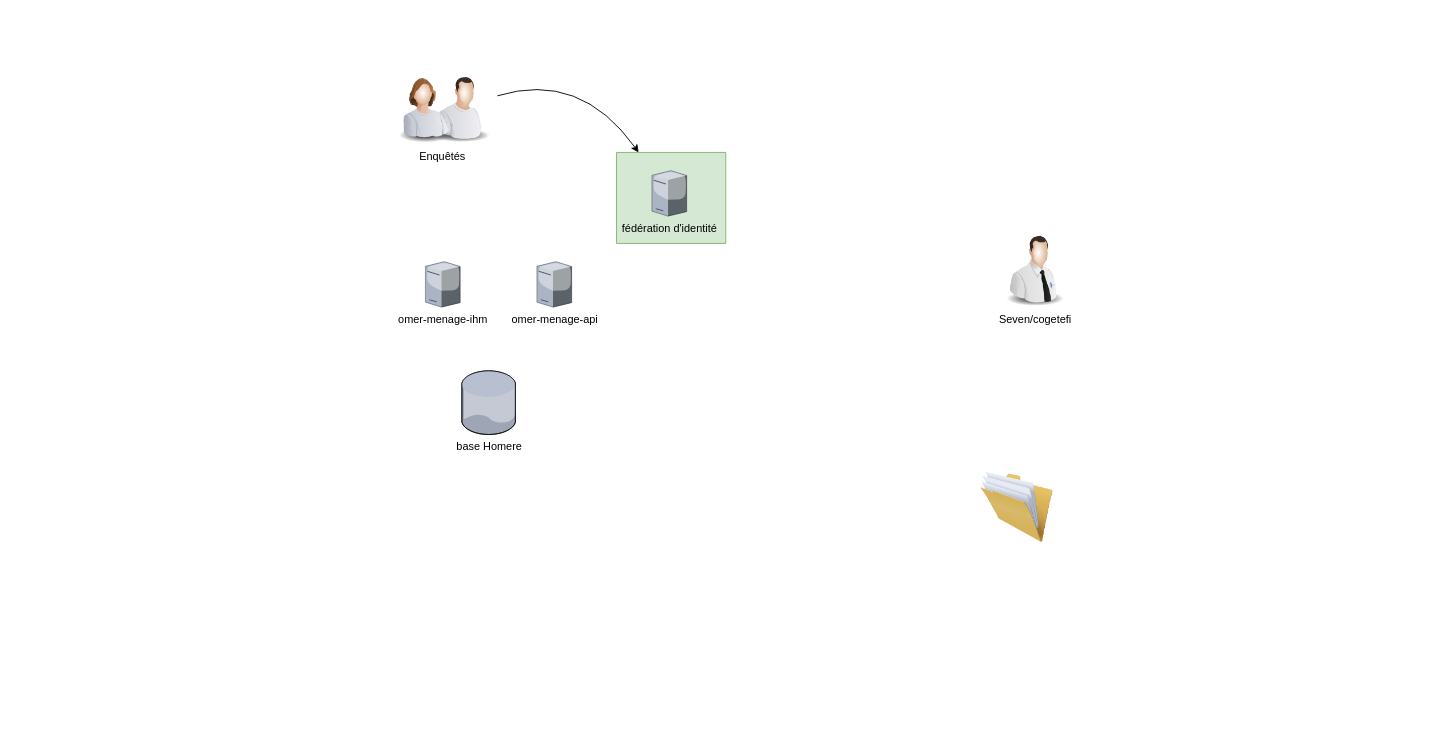
Earlier version of the draw.io diagram Diagramme sans nom.drawio (renaud23/drawio). Source tidied: cells renumbered, new cells numbered last; positions are measured from the earlier drawing's top-left corner, leaving out a move shared by most shapes. Both pictures are drawn from the tidied source at 91%, with x=0, y=0 at pixel (388, 70).
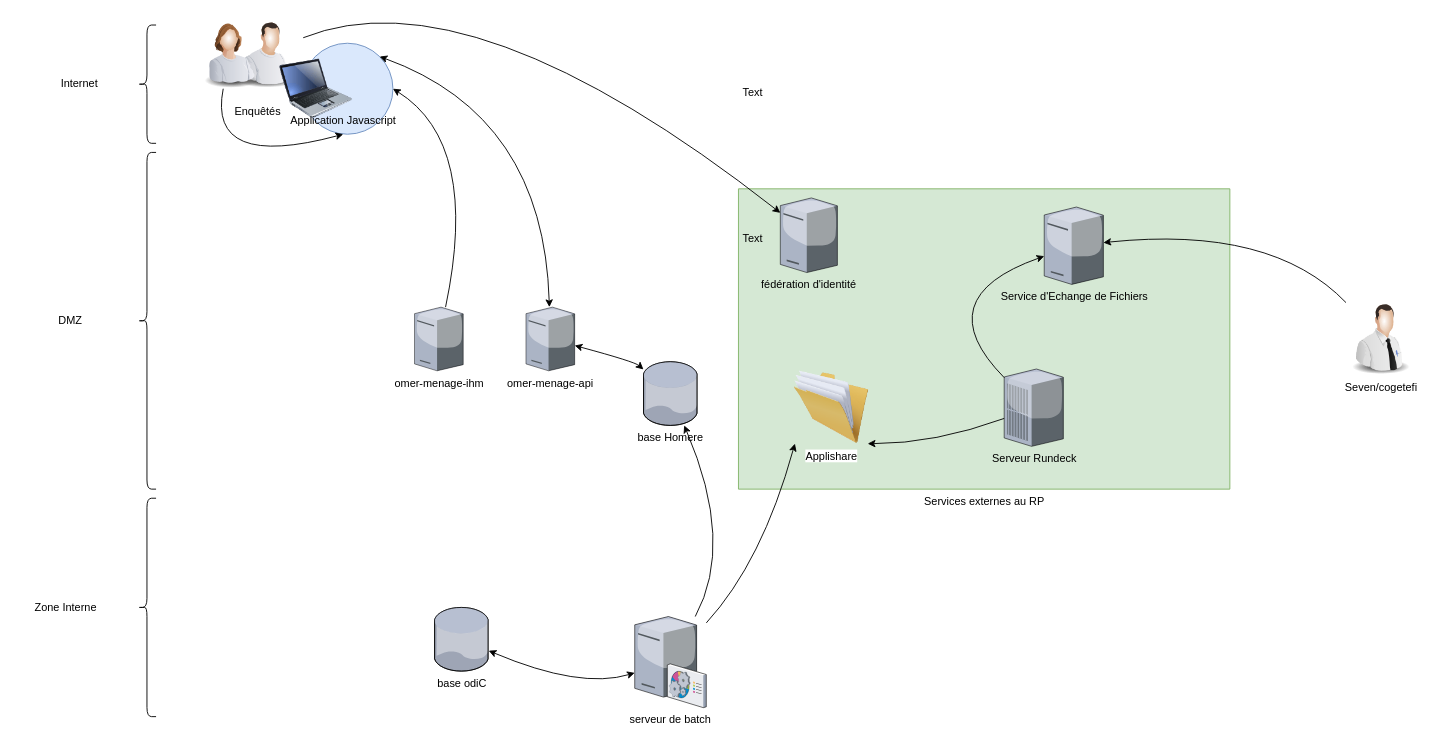
The same diagram, later.

Commit message (it also covers changes not shown here):
Mettre à jour Diagramme sans nom.drawio

Unchanged cells that the change refers to:
```xml
<mxCell id="12" style="image;html=1;image=img/lib/clip_art/people/Worker_Man_128x128.png;" parent="11" vertex="1">
  <mxGeometry x="40" width="80" height="80" as="geometry" />
</mxCell>
<mxCell id="13" style="image;html=1;image=img/lib/clip_art/people/Worker_Woman_128x128.png;" parent="11" vertex="1">
  <mxGeometry width="80" height="80" as="geometry" />
</mxCell>
```

The edit, as a diff of the source:
```diff
@@
     <mxCell id="2" value="base Homere" style="verticalLabelPosition=bottom;sketch=0;html=1;verticalAlign=top;strokeColor=none;align=center;outlineConnect=0;shape=mxgraph.citrix.database;" parent="1" vertex="1">
-      <mxGeometry x="81" y="330" width="59.5" height="70" as="geometry" />
+      <mxGeometry x="280.6" y="320" width="59.5" height="70" as="geometry" />
     </mxCell>
-    <mxCell id="3" value="omer-menage-api" style="verticalLabelPosition=bottom;sketch=0;html=1;verticalAlign=top;strokeColor=none;align=center;outlineConnect=0;shape=mxgraph.citrix.tower_server;" parent="1" vertex="1">
-      <mxGeometry x="163.5" y="210" width="38.2" height="50" as="geometry" />
-    </mxCell>
-    <mxCell id="4" value="omer-menage-ihm" style="verticalLabelPosition=bottom;sketch=0;html=1;verticalAlign=top;strokeColor=none;align=center;outlineConnect=0;shape=mxgraph.citrix.tower_server;" parent="1" vertex="1">
-      <mxGeometry x="41" y="210" width="38.2" height="50" as="geometry" />
-    </mxCell>
     <mxCell id="5" style="group;" parent="1" vertex="1">
-      <mxGeometry x="251" y="90" width="120" height="100" as="geometry" />
+      <mxGeometry x="371" y="130" width="540" height="330" as="geometry" />
     </mxCell>
-    <mxCell id="6" style="verticalLabelPosition=bottom;verticalAlign=top;html=1;shape=mxgraph.basic.rect;fillColor2=none;strokeWidth=1;size=20;indent=5;fillColor=#d5e8d4;strokeColor=#82b366;" parent="5" vertex="1">
-      <mxGeometry width="120" height="100" as="geometry" />
+    <mxCell id="6" value="Services externes au RP" style="verticalLabelPosition=bottom;verticalAlign=top;html=1;shape=mxgraph.basic.rect;fillColor2=none;strokeWidth=1;size=20;indent=5;fillColor=#d5e8d4;strokeColor=#82b366;" parent="5" vertex="1">
+      <mxGeometry x="14" width="540" height="330" as="geometry" />
     </mxCell>
     <mxCell id="7" value="fédération d'identité" style="verticalLabelPosition=bottom;sketch=0;html=1;verticalAlign=top;align=center;outlineConnect=0;shape=mxgraph.citrix.tower_server;fillColor=#fff2cc;strokeColor=#d6b656;" parent="5" vertex="1">
-      <mxGeometry x="38.9" y="20" width="38.2" height="50" as="geometry" />
+      <mxGeometry x="60" y="10" width="62.7" height="82" as="geometry" />
     </mxCell>
+    <mxCell id="16" value="Service d'Echange de Fichiers" style="verticalLabelPosition=bottom;sketch=0;html=1;verticalAlign=top;strokeColor=none;align=center;outlineConnect=0;shape=mxgraph.citrix.license_server;" parent="5" vertex="1">
+      <mxGeometry x="350" y="20" width="65" height="85" as="geometry" />
+    </mxCell>
-    <mxCell id="8" style="image;html=1;image=img/lib/clip_art/general/Full_Folder_128x128.png;" parent="1" vertex="1">
-      <mxGeometry x="651" y="440" width="80" height="80" as="geometry" />
+    <mxCell id="8" value="Applishare" style="image;html=1;image=img/lib/clip_art/general/Full_Folder_128x128.png;" parent="5" vertex="1">
+      <mxGeometry x="36" y="200" width="160" height="80" as="geometry" />
     </mxCell>
+    <mxCell id="17" value="Serveur Rundeck" style="verticalLabelPosition=bottom;sketch=0;html=1;verticalAlign=top;strokeColor=none;align=center;outlineConnect=0;shape=mxgraph.citrix.pbx_server;" parent="5" vertex="1">
+      <mxGeometry x="306" y="198" width="65" height="85" as="geometry" />
+    </mxCell>
+    <mxCell id="18" style="curved=1;endArrow=classic;html=1;rounded=0;" parent="5" edge="1" source="17" target="16">
+      <mxGeometry relative="1" as="geometry">
+        <Array as="points">
+          <mxPoint x="220" y="120" />
+        </Array>
+      </mxGeometry>
+    </mxCell>
+    <mxCell id="19" style="curved=1;endArrow=classic;html=1;rounded=0;entryX=0.75;entryY=1;entryDx=0;entryDy=0;" parent="5" edge="1" source="17" target="8">
+      <mxGeometry relative="1" as="geometry">
+        <Array as="points">
+          <mxPoint x="230" y="280" />
+        </Array>
+      </mxGeometry>
+    </mxCell>
     <mxCell id="9" value="Seven/cogetefi" style="image;html=1;image=img/lib/clip_art/people/Tech_Man_128x128.png;" parent="1" vertex="1">
-      <mxGeometry x="671" y="180" width="80" height="80" as="geometry" />
+      <mxGeometry x="1051" y="255" width="80" height="80" as="geometry" />
     </mxCell>
     <mxCell id="10" style="group;" parent="1" vertex="1">
-      <mxGeometry x="0.1" width="120" height="110" as="geometry" />
+      <mxGeometry x="-159" y="-30" width="170.9" height="190" as="geometry" />
     </mxCell>
+    <mxCell id="20" style="group;" parent="10" vertex="1">
+      <mxGeometry x="-54.3" y="-30" width="199.8" height="220" as="geometry" />
+    </mxCell>
-    <mxCell id="11" style="group;" parent="10" vertex="1">
-      <mxGeometry width="120" height="80" as="geometry" />
+    <mxCell id="11" style="group;" parent="20" vertex="1">
+      <mxGeometry width="160" height="120" as="geometry" />
     </mxCell>
@@
-    <mxCell id="14" value="Enquêtés" style="text;html=1;align=center;verticalAlign=middle;whiteSpace=wrap;rounded=0;" parent="10" vertex="1">
-      <mxGeometry x="30" y="80" width="60" height="30" as="geometry" />
+    <mxCell id="14" value="Enquêtés" style="text;html=1;align=center;verticalAlign=middle;whiteSpace=wrap;rounded=0;" parent="11" vertex="1">
+      <mxGeometry x="40" y="90" width="60" height="30" as="geometry" />
     </mxCell>
+    <mxCell id="21" style="group;" parent="20" vertex="1">
+      <mxGeometry x="94.3" y="30" width="129.8" height="100" as="geometry" />
+    </mxCell>
+    <mxCell id="22" style="ellipse;whiteSpace=wrap;html=1;fillColor=#dae8fc;strokeColor=#6c8ebf;" parent="21" vertex="1">
+      <mxGeometry x="24.3" width="100" height="100" as="geometry" />
+    </mxCell>
+    <mxCell id="23" style="image;html=1;image=img/lib/clip_art/computers/Laptop_128x128.png;" parent="21" vertex="1">
+      <mxGeometry y="10" width="80" height="80" as="geometry" />
+    </mxCell>
+    <mxCell id="24" value="Application Javascript" style="text;html=1;align=center;verticalAlign=middle;whiteSpace=wrap;rounded=0;" parent="21" vertex="1">
+      <mxGeometry x="9.7" y="70" width="120" height="30" as="geometry" />
+    </mxCell>
+    <mxCell id="25" style="curved=1;endArrow=classic;html=1;rounded=0;entryX=0.5;entryY=1;entryDx=0;entryDy=0;" parent="20" edge="1" source="13" target="24">
+      <mxGeometry relative="1" as="geometry">
+        <Array as="points">
+          <mxPoint x="14.3" y="170" />
+        </Array>
+      </mxGeometry>
+    </mxCell>
-    <mxCell id="15" style="curved=1;endArrow=classic;html=1;rounded=0;" parent="1" edge="1" source="12" target="6">
+    <mxCell id="15" style="curved=1;endArrow=classic;html=1;rounded=0;" parent="1" edge="1" source="12" target="7">
       <mxGeometry relative="1" as="geometry">
         <Array as="points">
-          <mxPoint x="211" />
+          <mxPoint x="91" y="-110" />
         </Array>
       </mxGeometry>
     </mxCell>
+    <mxCell id="26" style="curved=1;endArrow=classic;html=1;rounded=0;startArrow=classic;startFill=1;" parent="1" edge="1" source="2" target="3">
+      <mxGeometry relative="1" as="geometry">
+        <Array as="points">
+          <mxPoint x="271" y="320" />
+        </Array>
+      </mxGeometry>
+    </mxCell>
+    <mxCell id="27" style="curved=1;endArrow=classic;html=1;rounded=0;startArrow=classic;startFill=1;" parent="1" edge="1" source="29" target="28">
+      <mxGeometry relative="1" as="geometry">
+        <Array as="points">
+          <mxPoint x="211" y="680" />
+        </Array>
+      </mxGeometry>
+    </mxCell>
+    <mxCell id="28" value="serveur de batch&lt;div&gt;&lt;br&gt;&lt;/div&gt;" style="verticalLabelPosition=bottom;sketch=0;html=1;verticalAlign=top;strokeColor=none;align=center;outlineConnect=0;shape=mxgraph.citrix.command_center;" parent="1" vertex="1">
+      <mxGeometry x="271" y="600" width="78.7" height="100" as="geometry" />
+    </mxCell>
+    <mxCell id="29" value="base odiC" style="verticalLabelPosition=bottom;sketch=0;html=1;verticalAlign=top;strokeColor=none;align=center;outlineConnect=0;shape=mxgraph.citrix.database;" parent="1" vertex="1">
+      <mxGeometry x="51" y="590" width="59.5" height="70" as="geometry" />
+    </mxCell>
+    <mxCell id="30" style="group;" parent="1" vertex="1">
+      <mxGeometry x="29" y="260" width="176" height="70" as="geometry" />
+    </mxCell>
+    <mxCell id="3" value="omer-menage-api" style="verticalLabelPosition=bottom;sketch=0;html=1;verticalAlign=top;strokeColor=none;align=center;outlineConnect=0;shape=mxgraph.citrix.tower_server;" parent="30" vertex="1">
+      <mxGeometry x="122.5" width="53.5" height="70" as="geometry" />
+    </mxCell>
+    <mxCell id="4" value="omer-menage-ihm" style="verticalLabelPosition=bottom;sketch=0;html=1;verticalAlign=top;strokeColor=none;align=center;outlineConnect=0;shape=mxgraph.citrix.tower_server;" parent="30" vertex="1">
+      <mxGeometry width="53.5" height="70" as="geometry" />
+    </mxCell>
+    <mxCell id="31" style="curved=1;endArrow=classic;html=1;rounded=0;startArrow=classic;startFill=1;entryX=1;entryY=0;entryDx=0;entryDy=0;" parent="1" edge="1" source="3" target="22">
+      <mxGeometry relative="1" as="geometry">
+        <Array as="points">
+          <mxPoint x="171" y="50" />
+        </Array>
+      </mxGeometry>
+    </mxCell>
+    <mxCell id="32" style="curved=1;endArrow=classic;html=1;rounded=0;entryX=1;entryY=0.5;entryDx=0;entryDy=0;" parent="1" edge="1" source="4" target="22">
+      <mxGeometry relative="1" as="geometry">
+        <Array as="points">
+          <mxPoint x="101" y="80" />
+        </Array>
+      </mxGeometry>
+    </mxCell>
+    <mxCell id="33" style="curved=1;endArrow=classic;html=1;rounded=0;" parent="1" edge="1" source="28" target="2">
+      <mxGeometry relative="1" as="geometry">
+        <Array as="points">
+          <mxPoint x="381" y="520" />
+        </Array>
+      </mxGeometry>
+    </mxCell>
+    <mxCell id="34" style="curved=1;endArrow=classic;html=1;rounded=0;" parent="1" edge="1" source="9" target="16">
+      <mxGeometry relative="1" as="geometry">
+        <Array as="points">
+          <mxPoint x="971" y="170" />
+        </Array>
+      </mxGeometry>
+    </mxCell>
+    <mxCell id="35" style="curved=1;endArrow=classic;html=1;rounded=0;entryX=0.25;entryY=1;entryDx=0;entryDy=0;" parent="1" edge="1" source="28" target="8">
+      <mxGeometry relative="1" as="geometry">
+        <Array as="points">
+          <mxPoint x="411" y="540" />
+        </Array>
+      </mxGeometry>
+    </mxCell>
+    <mxCell id="36" style="shape=curlyBracket;whiteSpace=wrap;html=1;rounded=1;labelPosition=left;verticalLabelPosition=middle;align=right;verticalAlign=middle;" parent="1" vertex="1">
+      <mxGeometry x="-275" y="-50" width="20" height="130" as="geometry" />
+    </mxCell>
+    <mxCell id="37" style="shape=curlyBracket;whiteSpace=wrap;html=1;rounded=1;labelPosition=left;verticalLabelPosition=middle;align=right;verticalAlign=middle;" parent="1" vertex="1">
+      <mxGeometry x="-275" y="90" width="20" height="370" as="geometry" />
+    </mxCell>
+    <mxCell id="38" style="shape=curlyBracket;whiteSpace=wrap;html=1;rounded=1;labelPosition=left;verticalLabelPosition=middle;align=right;verticalAlign=middle;" parent="1" vertex="1">
+      <mxGeometry x="-275" y="470" width="20" height="240" as="geometry" />
+    </mxCell>
+    <mxCell id="39" value="Text" style="text;html=1;align=center;verticalAlign=middle;whiteSpace=wrap;rounded=0;" parent="1" vertex="1">
+      <mxGeometry x="371" y="170" width="60" height="30" as="geometry" />
+    </mxCell>
+    <mxCell id="40" value="Internet" style="text;html=1;align=center;verticalAlign=middle;whiteSpace=wrap;rounded=0;" parent="1" vertex="1">
+      <mxGeometry x="-369" width="60" height="30" as="geometry" />
+    </mxCell>
+    <mxCell id="41" value="Text" style="text;html=1;align=center;verticalAlign=middle;whiteSpace=wrap;rounded=0;" parent="1" vertex="1">
+      <mxGeometry x="371" y="10" width="60" height="30" as="geometry" />
+    </mxCell>
+    <mxCell id="42" value="DMZ" style="text;html=1;align=center;verticalAlign=middle;whiteSpace=wrap;rounded=0;" parent="1" vertex="1">
+      <mxGeometry x="-379" y="260" width="60" height="30" as="geometry" />
+    </mxCell>
+    <mxCell id="43" value="Zone Interne" style="text;html=1;align=center;verticalAlign=middle;whiteSpace=wrap;rounded=0;" parent="1" vertex="1">
+      <mxGeometry x="-409" y="575" width="110" height="30" as="geometry" />
+    </mxCell>
```
